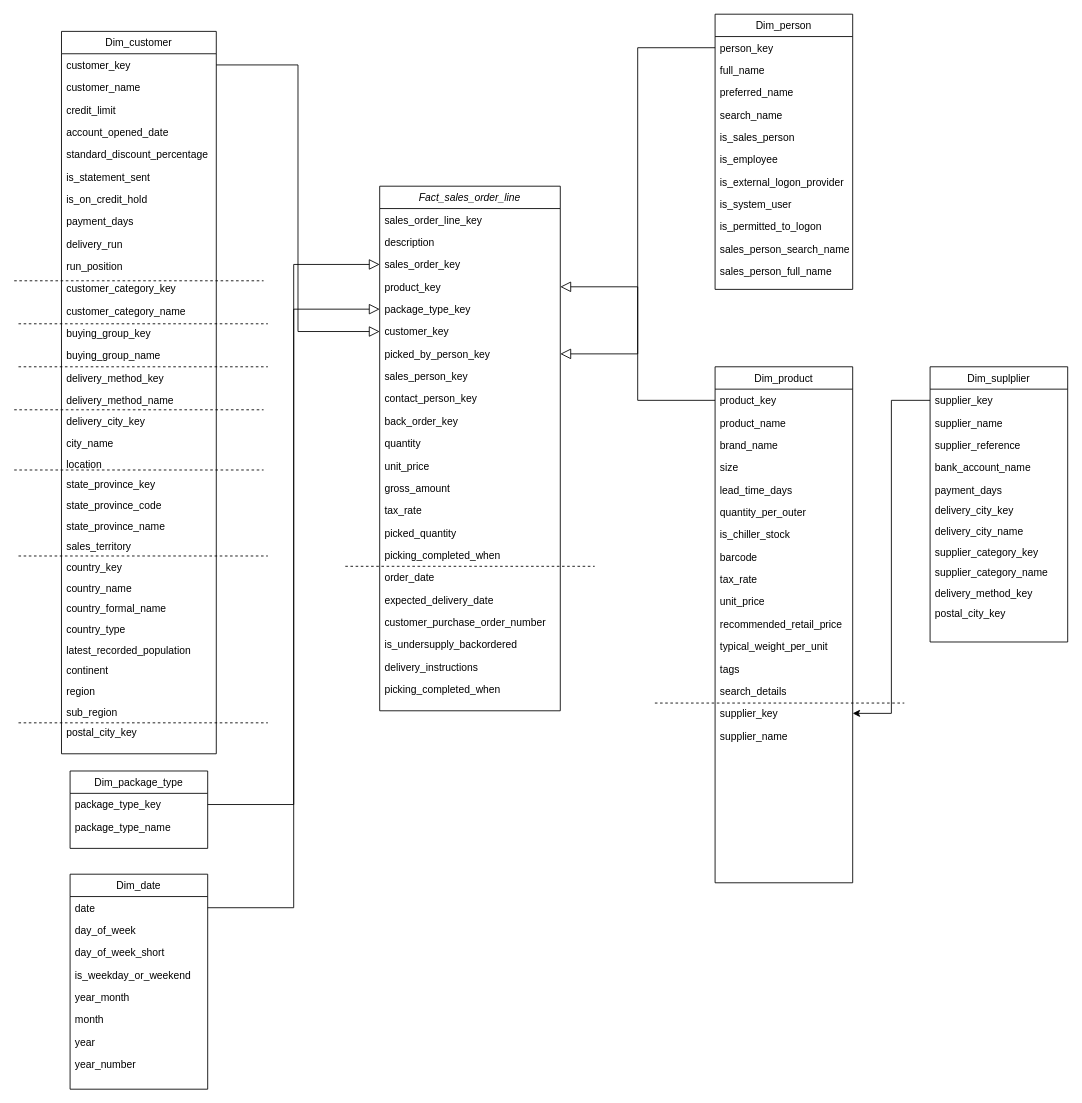
DucTran3110/data_warehouse_course keeps this draw.io diagram as Untitled Diagram.drawio. Above is the earlier version. Source tidied: cells renumbered, new cells numbered last; positions are measured from the earlier drawing's top-left corner, leaving out a move shared by most shapes. Both pictures are drawn from the tidied source at 86%, with x=0, y=0 at pixel (14, 14).
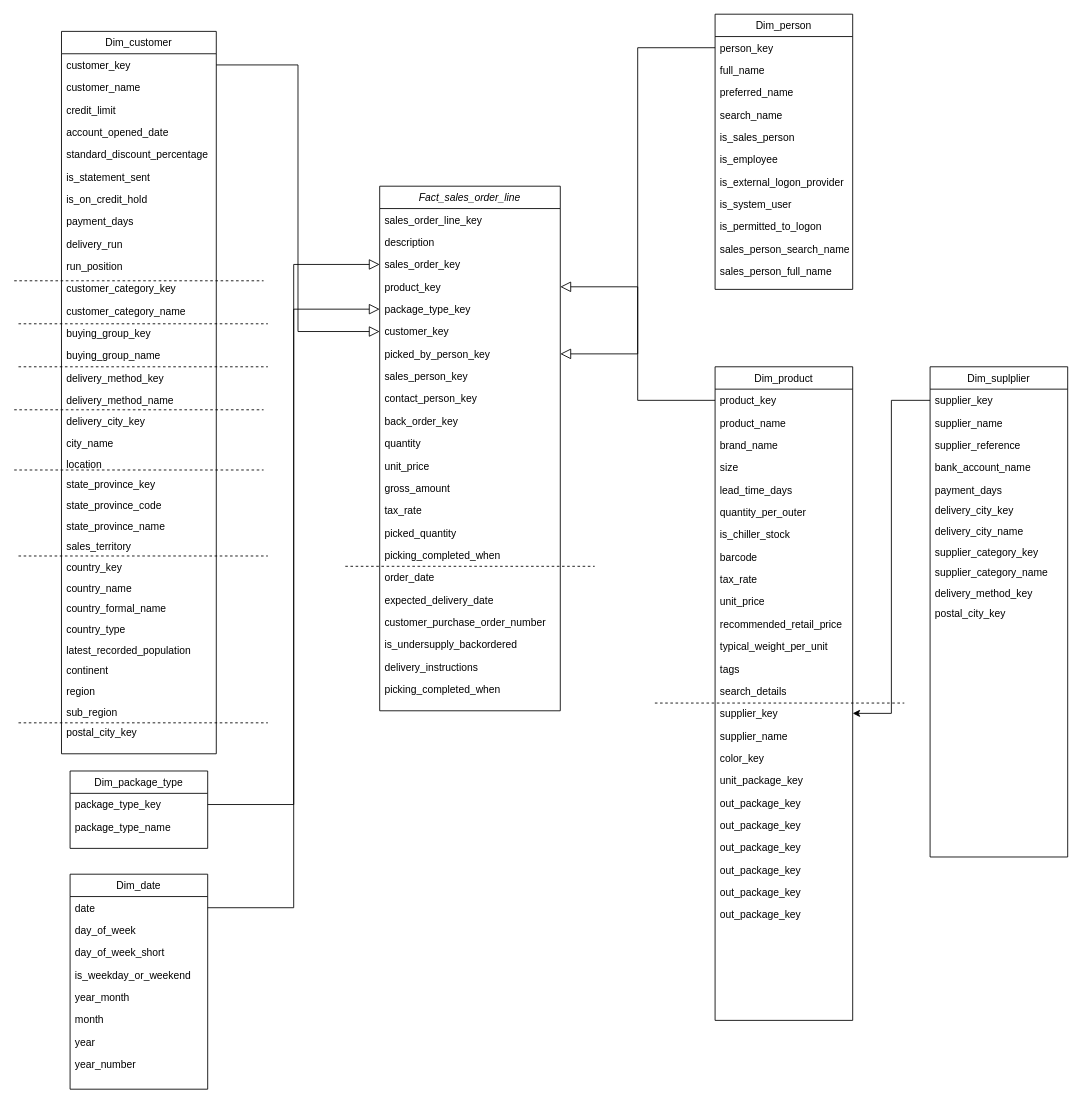
After the change.

Change to the diagram source:
```diff
@@
     <mxCell id="73" value="Dim_product" style="swimlane;fontStyle=0;align=center;verticalAlign=top;horizontal=1;startSize=26;rounded=0;shadow=0;strokeWidth=1;glass=0;sketch=0;" parent="1" vertex="1">
-      <mxGeometry x="815" y="410" width="160" height="600" as="geometry" />
+      <mxGeometry x="815" y="410" width="160" height="760" as="geometry" />
     </mxCell>
@@
+    <mxCell id="126" value="color_key" style="text;align=left;verticalAlign=top;spacingLeft=4;spacingRight=4;overflow=hidden;" parent="73" vertex="1">
+      <mxGeometry y="442" width="160" height="26" as="geometry" />
+    </mxCell>
+    <mxCell id="127" value="unit_package_key" style="text;align=left;verticalAlign=top;spacingLeft=4;spacingRight=4;overflow=hidden;" parent="73" vertex="1">
+      <mxGeometry y="468" width="160" height="26" as="geometry" />
+    </mxCell>
+    <mxCell id="128" value="out_package_key" style="text;align=left;verticalAlign=top;spacingLeft=4;spacingRight=4;overflow=hidden;" parent="73" vertex="1">
+      <mxGeometry y="494" width="160" height="26" as="geometry" />
+    </mxCell>
+    <mxCell id="129" value="out_package_key" style="text;align=left;verticalAlign=top;spacingLeft=4;spacingRight=4;overflow=hidden;" parent="73" vertex="1">
+      <mxGeometry y="520" width="160" height="26" as="geometry" />
+    </mxCell>
+    <mxCell id="130" value="out_package_key" style="text;align=left;verticalAlign=top;spacingLeft=4;spacingRight=4;overflow=hidden;" parent="73" vertex="1">
+      <mxGeometry y="546" width="160" height="26" as="geometry" />
+    </mxCell>
+    <mxCell id="131" value="out_package_key" style="text;align=left;verticalAlign=top;spacingLeft=4;spacingRight=4;overflow=hidden;" parent="73" vertex="1">
+      <mxGeometry y="572" width="160" height="26" as="geometry" />
+    </mxCell>
+    <mxCell id="132" value="out_package_key" style="text;align=left;verticalAlign=top;spacingLeft=4;spacingRight=4;overflow=hidden;" parent="73" vertex="1">
+      <mxGeometry y="598" width="160" height="26" as="geometry" />
+    </mxCell>
+    <mxCell id="133" value="out_package_key" style="text;align=left;verticalAlign=top;spacingLeft=4;spacingRight=4;overflow=hidden;" parent="73" vertex="1">
+      <mxGeometry y="624" width="160" height="26" as="geometry" />
+    </mxCell>
@@
     <mxCell id="91" value="Dim_suplplier" style="swimlane;fontStyle=0;align=center;verticalAlign=top;horizontal=1;startSize=26;rounded=0;shadow=0;strokeWidth=1;" parent="1" vertex="1">
-      <mxGeometry x="1065" y="410" width="160" height="320" as="geometry" />
+      <mxGeometry x="1065" y="410" width="160" height="570" as="geometry" />
     </mxCell>
```
